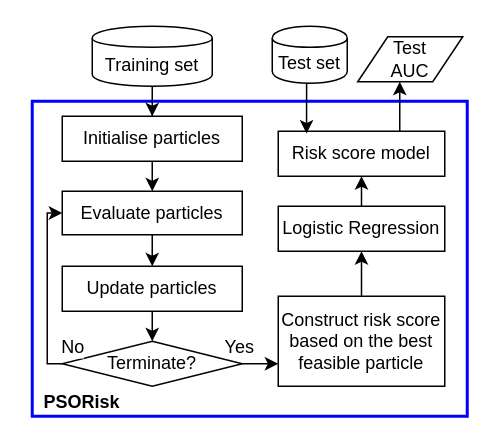
The draw.io diagram psorisk_overview_V2.drawio in tnbinh/efs, before the edit. Source tidied: cells renumbered, new cells numbered last; positions are measured from the earlier drawing's top-left corner, leaving out a move shared by most shapes. Both pictures are drawn from the tidied source at 150%, with x=0, y=0 at pixel (32, 26).
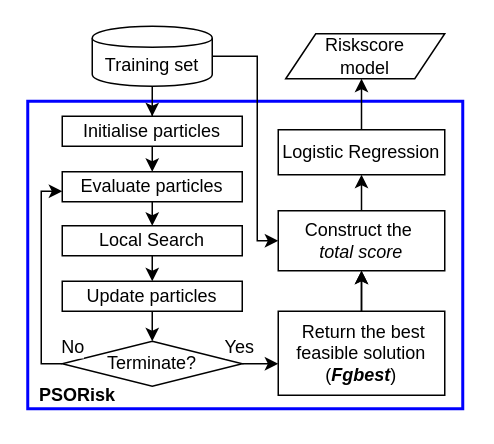
Above is the later version.

The change refers to these unchanged cells:
```xml
<mxCell id="6" value="Training set" style="shape=cylinder;whiteSpace=wrap;html=1;boundedLbl=1;backgroundOutline=1;" parent="1" vertex="1">
  <mxGeometry x="40" width="80" height="40" as="geometry" />
</mxCell>
<mxCell id="8" value="Terminate?" style="rhombus;whiteSpace=wrap;html=1;" parent="1" vertex="1">
  <mxGeometry x="20" y="210" width="120" height="30" as="geometry" />
</mxCell>
```

Diff of the diagram source:
```diff
@@
     <mxCell id="2" value="PSORisk" style="rounded=0;whiteSpace=wrap;html=1;fillColor=none;align=left;verticalAlign=bottom;fontStyle=1;spacingLeft=6;strokeColor=#0000FF;strokeWidth=2;perimeterSpacing=1;" parent="1" vertex="1">
-      <mxGeometry y="50" width="290" height="210" as="geometry" />
+      <mxGeometry x="-3" y="50" width="290" height="205" as="geometry" />
     </mxCell>
     <mxCell id="3" style="edgeStyle=orthogonalEdgeStyle;rounded=0;jettySize=auto;html=1;" parent="1" edge="1" source="4" target="24">
       <mxGeometry relative="1" as="geometry">
         <Array as="points">
-          <mxPoint x="245" y="60" />
-          <mxPoint x="245" y="60" />
+          <mxPoint x="220" y="60" />
+          <mxPoint x="220" y="60" />
         </Array>
       </mxGeometry>
     </mxCell>
-    <mxCell id="4" value="Risk score model" style="rounded=0;whiteSpace=wrap;html=1;" parent="1" vertex="1">
-      <mxGeometry x="164" y="70" width="111" height="30" as="geometry" />
+    <mxCell id="4" value="Logistic Regression" style="rounded=0;whiteSpace=wrap;html=1;" parent="1" vertex="1">
+      <mxGeometry x="164" y="69" width="111" height="30" as="geometry" />
     </mxCell>
@@
+    <mxCell id="25" style="edgeStyle=orthogonalEdgeStyle;rounded=0;jettySize=auto;html=1;fontColor=#0000FF;entryX=0;entryY=0.5;entryDx=0;entryDy=0;" parent="1" edge="1" source="6" target="22">
+      <mxGeometry relative="1" as="geometry">
+        <Array as="points">
+          <mxPoint x="150" y="20" />
+          <mxPoint x="150" y="143" />
+        </Array>
+      </mxGeometry>
+    </mxCell>
@@
-    <mxCell id="7" style="edgeStyle=orthogonalEdgeStyle;rounded=0;jettySize=auto;html=1;exitX=0;exitY=0.5;exitDx=0;exitDy=0;entryX=0;entryY=0.5;entryDx=0;entryDy=0;" parent="1" edge="1" source="8" target="19">
-      <mxGeometry relative="1" as="geometry">
-        <Array as="points">
-          <mxPoint x="10" y="225" />
-          <mxPoint x="10" y="125" />
-        </Array>
-      </mxGeometry>
-    </mxCell>
@@
+    <mxCell id="26" style="edgeStyle=orthogonalEdgeStyle;rounded=0;jettySize=auto;html=1;fontColor=#0000FF;" parent="1" edge="1" source="11" target="22">
+      <mxGeometry relative="1" as="geometry" />
+    </mxCell>
-    <mxCell id="11" value="Construct risk score based on the best feasible particle" style="rounded=0;whiteSpace=wrap;html=1;" parent="1" vertex="1">
-      <mxGeometry x="164" y="180" width="111" height="60" as="geometry" />
+    <mxCell id="11" value="&lt;i&gt;&amp;nbsp;&lt;/i&gt;Return the best feasible solution (&lt;i&gt;&lt;b&gt;Fgbest&lt;/b&gt;&lt;/i&gt;)" style="rounded=0;whiteSpace=wrap;html=1;" parent="1" vertex="1">
+      <mxGeometry x="164" y="190" width="111" height="56" as="geometry" />
     </mxCell>
     <mxCell id="12" style="edgeStyle=orthogonalEdgeStyle;rounded=0;jettySize=auto;html=1;endArrow=classic;endFill=1;strokeColor=#000000;" parent="1" edge="1" source="8">
       <mxGeometry relative="1" as="geometry">
         <mxPoint x="164" y="225" as="targetPoint" />
         <Array as="points">
-          <mxPoint x="164" y="225" />
+          <mxPoint x="150" y="225" />
+          <mxPoint x="150" y="225" />
         </Array>
       </mxGeometry>
     </mxCell>
@@
-    <mxCell id="14" style="edgeStyle=orthogonalEdgeStyle;rounded=0;jettySize=auto;html=1;exitX=0.5;exitY=1;exitDx=0;exitDy=0;entryX=0.17;entryY=0.05;entryDx=0;entryDy=0;entryPerimeter=0;" parent="1" edge="1" source="15" target="4">
-      <mxGeometry relative="1" as="geometry" />
-    </mxCell>
-    <mxCell id="15" value="Test set" style="shape=cylinder;whiteSpace=wrap;html=1;boundedLbl=1;backgroundOutline=1;" parent="1" vertex="1">
-      <mxGeometry x="160" width="50" height="38" as="geometry" />
-    </mxCell>
@@
     <mxCell id="17" value="Initialise particles" style="rounded=0;whiteSpace=wrap;html=1;" parent="1" vertex="1">
-      <mxGeometry x="20" y="60" width="120" height="30" as="geometry" />
+      <mxGeometry x="20" y="60" width="120" height="20" as="geometry" />
     </mxCell>
-    <mxCell id="18" style="edgeStyle=orthogonalEdgeStyle;rounded=0;jettySize=auto;html=1;exitX=0.5;exitY=1;exitDx=0;exitDy=0;entryX=0.5;entryY=0;entryDx=0;entryDy=0;" parent="1" edge="1" source="19" target="20">
+    <mxCell id="18" style="edgeStyle=orthogonalEdgeStyle;rounded=0;jettySize=auto;html=1;exitX=0.5;exitY=1;exitDx=0;exitDy=0;entryX=0.5;entryY=0;entryDx=0;entryDy=0;" parent="1" edge="1" source="19" target="27">
       <mxGeometry relative="1" as="geometry" />
     </mxCell>
     <mxCell id="19" value="Evaluate particles" style="rounded=0;whiteSpace=wrap;html=1;" parent="1" vertex="1">
-      <mxGeometry x="20" y="110" width="120" height="29" as="geometry" />
+      <mxGeometry x="20" y="97" width="120" height="20" as="geometry" />
     </mxCell>
     <mxCell id="20" value="Update particles" style="rounded=0;whiteSpace=wrap;html=1;" parent="1" vertex="1">
-      <mxGeometry x="20" y="160" width="120" height="30" as="geometry" />
+      <mxGeometry x="20" y="170" width="120" height="20" as="geometry" />
     </mxCell>
@@
-    <mxCell id="22" value="Logistic Regression" style="rounded=0;whiteSpace=wrap;html=1;" parent="1" vertex="1">
-      <mxGeometry x="164" y="120" width="111" height="30" as="geometry" />
+    <mxCell id="22" value="&lt;span&gt;Construct the&amp;nbsp;&lt;/span&gt;&lt;br&gt;&lt;i&gt;total score&lt;/i&gt;" style="rounded=0;whiteSpace=wrap;html=1;" parent="1" vertex="1">
+      <mxGeometry x="164" y="123" width="111" height="40" as="geometry" />
     </mxCell>
@@
-    <mxCell id="24" value="Test &lt;br&gt;AUC" style="shape=parallelogram;perimeter=parallelogramPerimeter;whiteSpace=wrap;html=1;fixedSize=1;" parent="1" vertex="1">
-      <mxGeometry x="217" y="7" width="70" height="30" as="geometry" />
+    <mxCell id="24" value="Riskscore&lt;br&gt;model" style="shape=parallelogram;perimeter=parallelogramPerimeter;whiteSpace=wrap;html=1;fixedSize=1;" parent="1" vertex="1">
+      <mxGeometry x="169" y="5" width="106" height="30" as="geometry" />
     </mxCell>
+    <mxCell id="27" value="Local Search" style="rounded=0;whiteSpace=wrap;html=1;" parent="1" vertex="1">
+      <mxGeometry x="20" y="133" width="120" height="20" as="geometry" />
+    </mxCell>
+    <mxCell id="28" style="endArrow=classic;html=1;fontColor=#0000FF;exitX=0.5;exitY=1;exitDx=0;exitDy=0;entryX=0.5;entryY=0;entryDx=0;entryDy=0;" parent="1" edge="1" source="27" target="20">
+      <mxGeometry relative="1" as="geometry" />
+    </mxCell>
+    <mxCell id="29" style="edgeStyle=orthogonalEdgeStyle;rounded=0;jettySize=auto;html=1;fontColor=#0000FF;entryX=0;entryY=0.5;entryDx=0;entryDy=0;exitX=0;exitY=0.5;exitDx=0;exitDy=0;" parent="1" edge="1" source="8">
+      <mxGeometry relative="1" as="geometry">
+        <mxPoint x="20" y="110" as="targetPoint" />
+        <Array as="points">
+          <mxPoint x="6" y="225" />
+          <mxPoint x="6" y="110" />
+        </Array>
+      </mxGeometry>
+    </mxCell>
```
